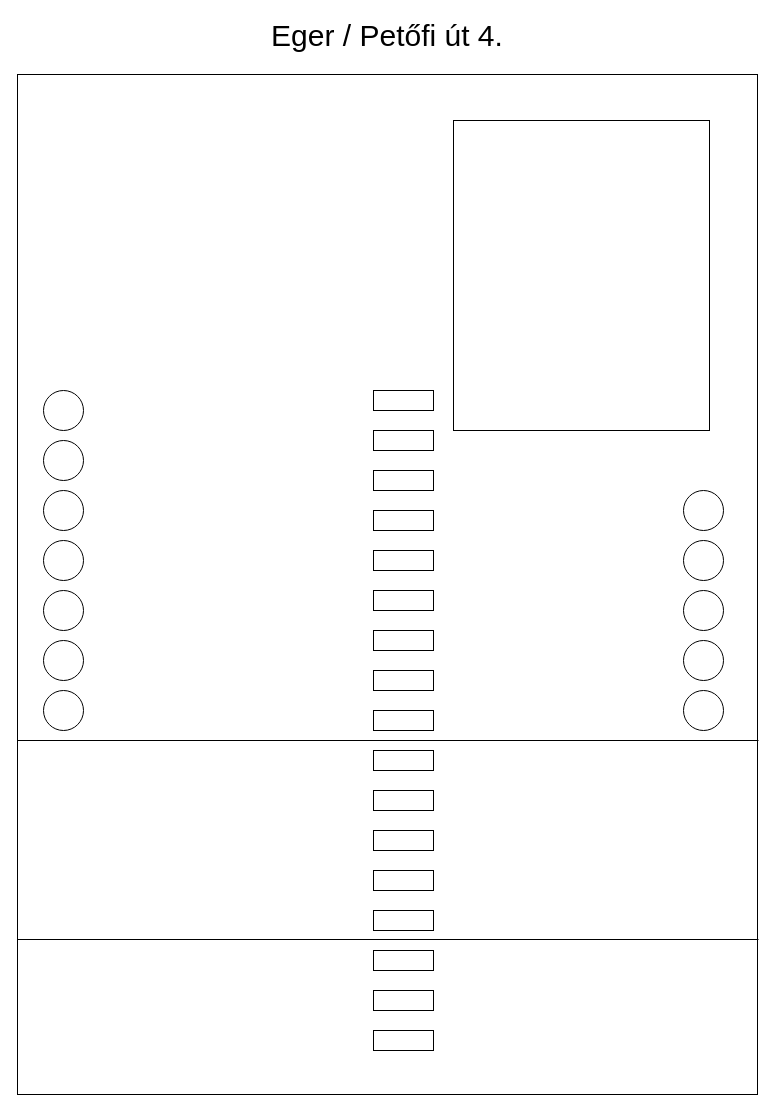
This is Eger / Petőfi út / 4.drawio from JardanMilan/JardanMilan, a draw.io file, before an edit. Source tidied: cells renumbered, new cells numbered last; positions are measured from the earlier drawing's top-left corner, leaving out a move shared by most shapes. Both pictures are drawn from the tidied source at 100%, with x=0, y=0 at pixel (17, 20).
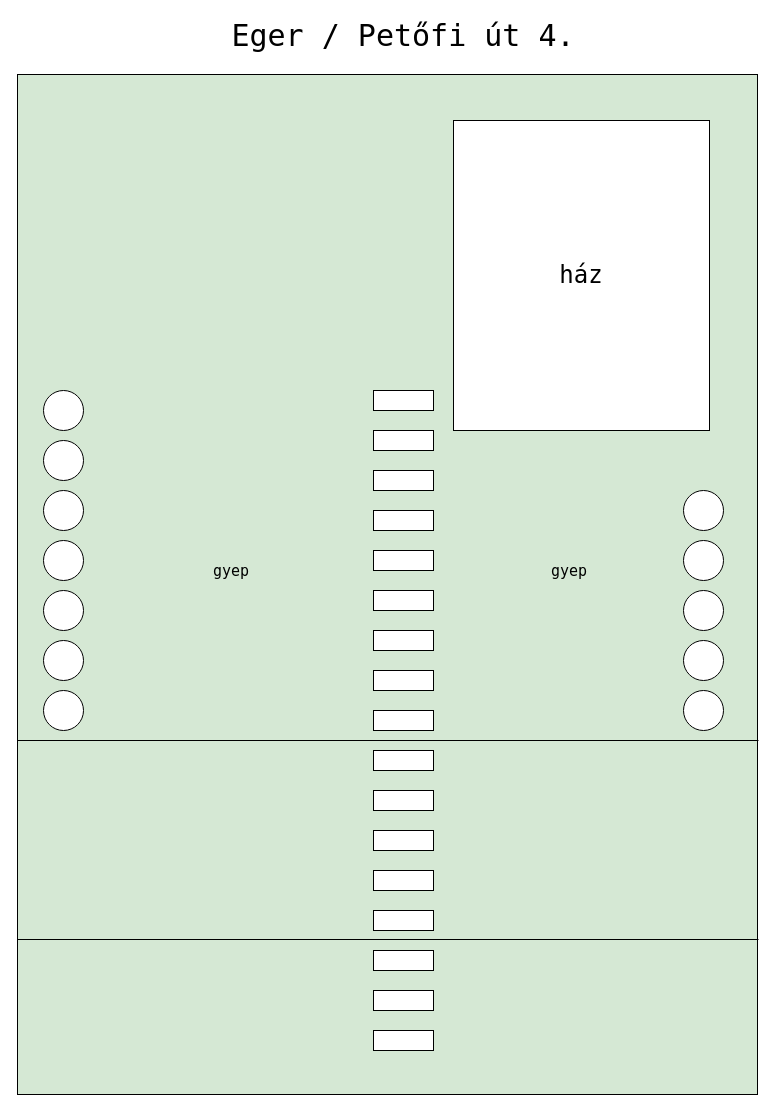
The same diagram, later.

Commit message (it also covers changes not shown here):
Eger / Petőfi út / 4.drawio frissítés

Change to the diagram source:
```diff
@@
-    <mxCell id="2" style="rounded=0;whiteSpace=wrap;html=1;labelBackgroundColor=#4D9900;" parent="1" vertex="1">
+    <mxCell id="2" style="rounded=0;whiteSpace=wrap;html=1;labelBackgroundColor=none;fillColor=#d5e8d4;strokeColor=light-dark(#000000, #6a6a6a);" parent="1" vertex="1">
       <mxGeometry y="54" width="740" height="1020" as="geometry" />
     </mxCell>
-    <mxCell id="3" value="Eger / Petőfi út 4." style="text;html=1;align=center;verticalAlign=middle;whiteSpace=wrap;rounded=0;strokeWidth=10;strokeColor=none;fontSize=30;" parent="1" vertex="1">
-      <mxGeometry x="220" width="300" height="30" as="geometry" />
+    <mxCell id="3" value="Eger / Petőfi út 4." style="text;html=1;align=center;verticalAlign=middle;whiteSpace=wrap;rounded=0;strokeWidth=10;strokeColor=none;fontSize=30;fontFamily=Lucida Console;" parent="1" vertex="1">
+      <mxGeometry x="198" width="376" height="30" as="geometry" />
     </mxCell>
-    <mxCell id="4" style="rounded=0;whiteSpace=wrap;html=1;" parent="1" vertex="1">
+    <mxCell id="4" value="&lt;pre&gt;&lt;font face=&quot;Lucida Console&quot;&gt;&lt;span style=&quot;font-size: 24px;&quot;&gt;ház&lt;/span&gt;&lt;/font&gt;&lt;/pre&gt;" style="rounded=0;whiteSpace=wrap;html=1;" parent="1" vertex="1">
       <mxGeometry x="436" y="100" width="256" height="310" as="geometry" />
     </mxCell>
@@
+    <mxCell id="36" value="gyep" style="text;html=1;align=center;verticalAlign=middle;whiteSpace=wrap;rounded=0;strokeWidth=10;strokeColor=none;fontSize=15;fontFamily=Lucida Console;fontStyle=0;" parent="1" vertex="1">
+      <mxGeometry x="26" y="535" width="376" height="30" as="geometry" />
+    </mxCell>
+    <mxCell id="37" value="gyep" style="text;html=1;align=center;verticalAlign=middle;whiteSpace=wrap;rounded=0;strokeWidth=10;strokeColor=none;fontSize=15;fontFamily=Lucida Console;fontStyle=0;" parent="1" vertex="1">
+      <mxGeometry x="364" y="535" width="376" height="30" as="geometry" />
+    </mxCell>
```
